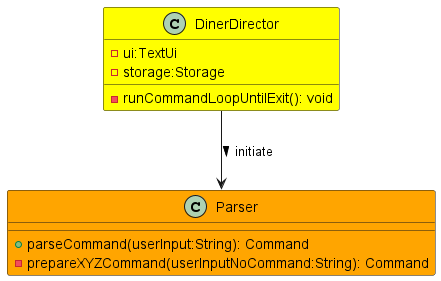
Before: docs/uml/images/UtilsParserClassDiagram.png, a diagram exported from PlantUML (nus-cs2113-AY2223S2/tp). Source of this version:
```plantuml
@startuml
!include Style.puml

class DinerDirector DINERDIRECTOR_COLOR {
    - ui:TextUi
    - storage:Storage
    -runCommandLoopUntilExit(): void
}

class Parser PARSER_COLOR {
    +parseCommand(userInput:String): Command
    -prepareXYZCommand(userInputNoCommand:String): Command
}

DinerDirector --> Parser: initiate >


@enduml
```
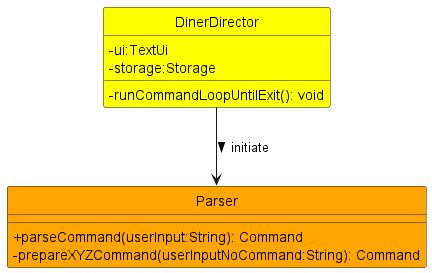
After the change.

Diff of the diagram source:
```diff
@@ -4,12 +4,12 @@
 class DinerDirector DINERDIRECTOR_COLOR {
     - ui:TextUi
     - storage:Storage
-    -runCommandLoopUntilExit(): void
+    - runCommandLoopUntilExit(): void
 }
 
 class Parser PARSER_COLOR {
-    +parseCommand(userInput:String): Command
-    -prepareXYZCommand(userInputNoCommand:String): Command
+    + parseCommand(userInput:String): Command
+    - prepareXYZCommand(userInputNoCommand:String): Command
 }
 
 DinerDirector --> Parser: initiate >
```
